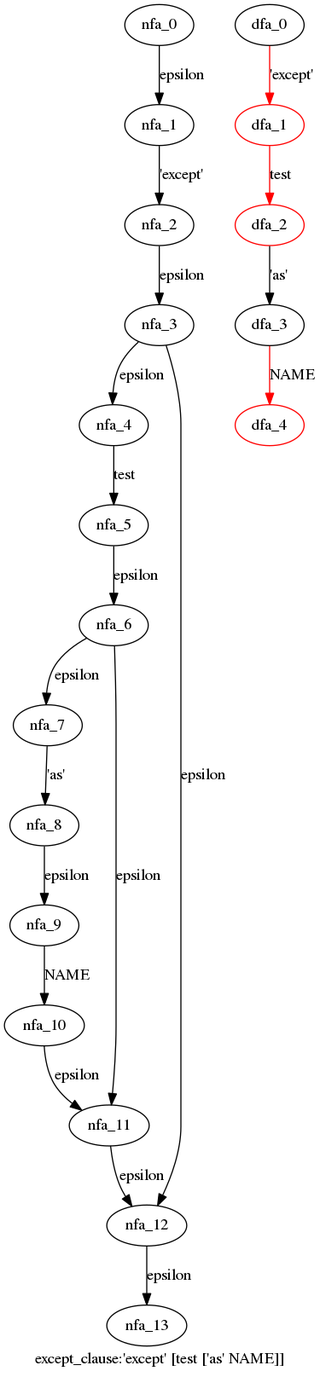
The Graphviz diagram cpython/grammar/handwrite/nfa_dfas/47.except_clause.dot.png in WinChua/blog, before a commit. Its source is kept beside it as cpython/grammar/handwrite/nfa_dfas/47.except_clause.dot.
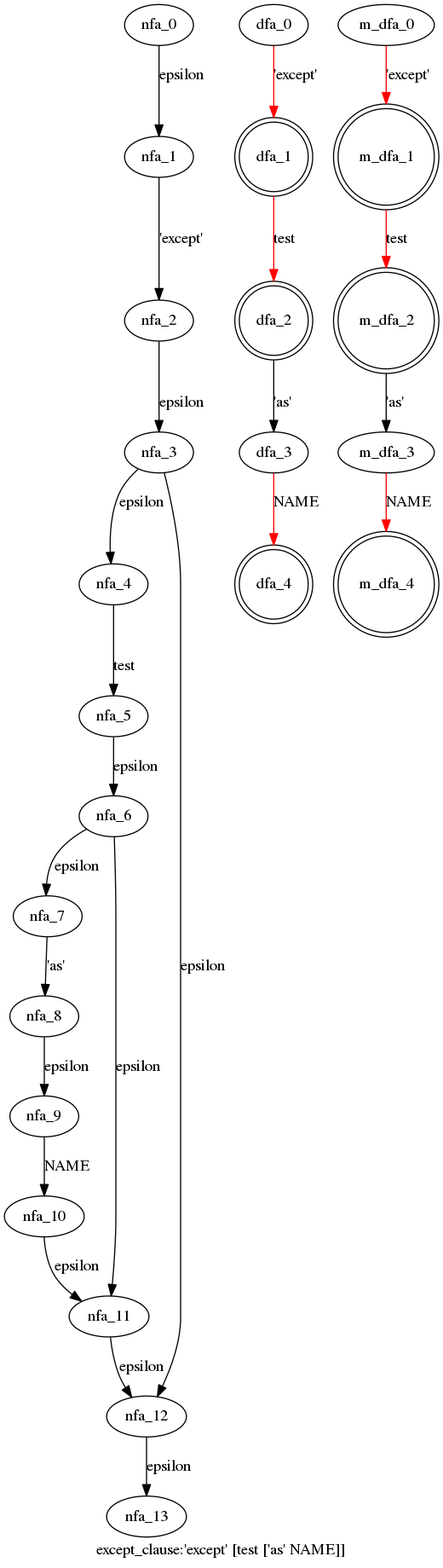
After the commit.

Diff of the diagram source:
```diff
@@ -22,8 +22,17 @@
   dfa_1->dfa_2[label="test",color=red]
   dfa_2->dfa_3[label="'as'"]
   dfa_3->dfa_4[label="NAME",color=red]
-  dfa_1[color=red]
-  dfa_2[color=red]
-  dfa_4[color=red]
+  dfa_1[shape=doublecircle]
+  dfa_2[shape=doublecircle]
+  dfa_4[shape=doublecircle]
+  }
+ subgraph except_clause_m_dfa {
+  m_dfa_0->m_dfa_1[label="'except'",color=red]
+  m_dfa_1->m_dfa_2[label="test",color=red]
+  m_dfa_2->m_dfa_3[label="'as'"]
+  m_dfa_3->m_dfa_4[label="NAME",color=red]
+  m_dfa_1[shape=doublecircle]
+  m_dfa_2[shape=doublecircle]
+  m_dfa_4[shape=doublecircle]
   }
 }
```
